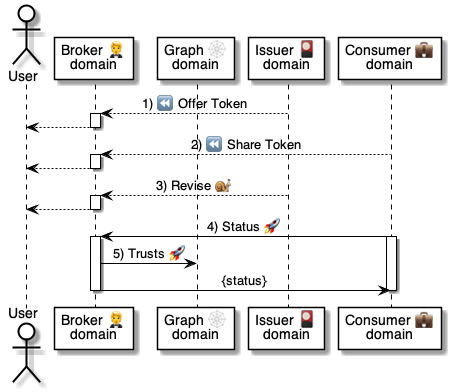
Before: 5 ⏩ Flows/20 💼⏩ Consumers/.📎 Assets/⚙️ Token status.png, a diagram exported from PlantUML (pollyweb-org/pollyweb-docs). Its source is kept beside it as 5 ⏩ Flows/20 💼⏩ Consumers/.📎 Assets/⚙️ Token status.puml.
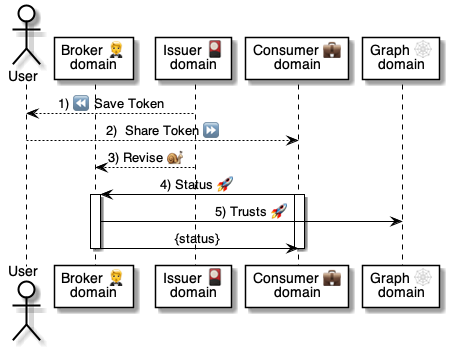
Above is the later version.

What changed in the source:
```diff
@@ -3,27 +3,18 @@
 
 actor User as user
 participant "Broker 🤵\ndomain" as broker
-participant "Graph 🕸\ndomain" as graph
 participant "Issuer 🎴\ndomain" as issuer
 participant "Consumer 💼\ndomain" as consumer
+participant "Graph 🕸\ndomain" as graph
 
 
 
-issuer --> broker: 1) ⏪ Offer Token
-activate broker
-    broker --> user
-deactivate broker
+user <-- issuer: 1) ⏪ Save Token
 
-consumer --> broker: 2) ⏪ Share Token
-activate broker
-    broker --> user
-deactivate broker
+user --> consumer: 2)  Share Token ⏩
 
 
 issuer --> broker: 3) Revise 🐌
-activate broker
-    broker --> user
-deactivate broker
 
 
     consumer -> broker: 4) Status 🚀
```
